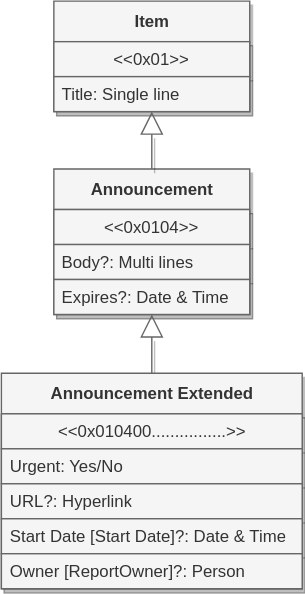
Above: docs/Content-Type.svg in mauriora/Announcements-Bar-Spfx (draw.io), before the change. Source tidied: cells renumbered, new cells last; positions are measured from the earlier drawing's top-left corner, leaving out a move shared by most shapes.
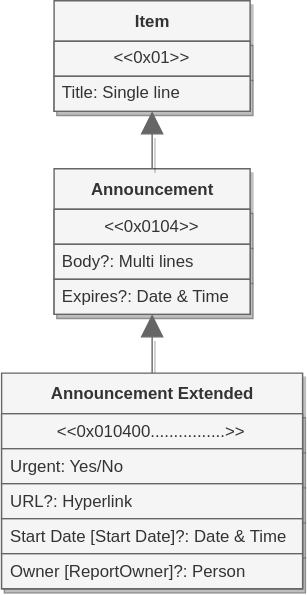
After the change.

Change to the diagram source:
```diff
@@ -14,7 +14,7 @@
     <mxCell id="5" value="Expires?:&amp;nbsp;Date &amp;amp; Time" style="text;html=1;strokeColor=#666666;fillColor=#f5f5f5;align=left;verticalAlign=middle;spacingLeft=4;spacingRight=4;overflow=hidden;shadow=1;fontColor=#333333;" parent="2" vertex="1">
       <mxGeometry y="79" width="140" height="25" as="geometry" />
     </mxCell>
-    <mxCell id="6" style="edgeStyle=orthogonalEdgeStyle;rounded=0;jettySize=auto;html=1;endArrow=block;endFill=0;endSize=14;shadow=1;fillColor=#f5f5f5;strokeColor=#666666;" parent="1" edge="1" source="7" target="2">
+    <mxCell id="6" style="edgeStyle=orthogonalEdgeStyle;rounded=0;jettySize=auto;html=1;endArrow=block;endFill=1;endSize=14;shadow=1;fillColor=#f5f5f5;strokeColor=#666666;" parent="1" edge="1" source="7" target="2">
       <mxGeometry relative="1" as="geometry" />
     </mxCell>
     <mxCell id="7" value="Announcement Extended" style="swimlane;fontStyle=1;align=center;verticalAlign=middle;horizontal=1;startSize=29;html=1;shadow=1;fillColor=#f5f5f5;fontColor=#333333;strokeColor=#666666;" parent="1" vertex="1">
@@ -44,7 +44,7 @@
     <mxCell id="15" value="Title:&amp;nbsp;Single line" style="text;html=1;strokeColor=#666666;fillColor=#f5f5f5;align=left;verticalAlign=middle;spacingLeft=4;spacingRight=4;overflow=hidden;shadow=1;fontColor=#333333;" parent="13" vertex="1">
       <mxGeometry y="54" width="140" height="25" as="geometry" />
     </mxCell>
-    <mxCell id="16" style="edgeStyle=orthogonalEdgeStyle;rounded=0;jettySize=auto;html=1;endArrow=block;endFill=0;endSize=14;shadow=1;fillColor=#f5f5f5;strokeColor=#666666;" parent="1" edge="1" source="2" target="13">
+    <mxCell id="16" style="edgeStyle=orthogonalEdgeStyle;rounded=0;jettySize=auto;html=1;endArrow=block;endFill=1;endSize=14;shadow=1;fillColor=#f5f5f5;strokeColor=#666666;" parent="1" edge="1" source="2" target="13">
       <mxGeometry relative="1" as="geometry" />
     </mxCell>
   </root>
```
